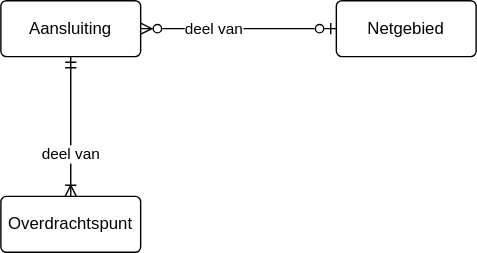
Above: docs/assets/images/wegwijs3.drawio.svg in sefanja/nbnl-conceptuele-informatiemodellen (draw.io), before the change. Source tidied: cells renumbered, new cells last; positions are measured from the earlier drawing's top-left corner, leaving out a move shared by most shapes. The source it was exported from:
```xml
<mxGraphModel>
  <root>
    <mxCell id="0" />
    <mxCell id="1" parent="0" />
    <mxCell id="2" value="deel van" style="endArrow=ERzeroToOne;html=1;rounded=0;startArrow=ERzeroToMany;startFill=0;endFill=0;align=left;" parent="1" edge="1" source="3" target="4">
      <mxGeometry x="-0.57" relative="1" as="geometry" />
    </mxCell>
    <mxCell id="3" value="Aansluiting" style="rounded=1;arcSize=10;whiteSpace=wrap;html=1;align=center;" parent="1" vertex="1">
      <mxGeometry width="100" height="40" as="geometry" />
    </mxCell>
    <mxCell id="4" value="Netgebied" style="rounded=1;arcSize=10;whiteSpace=wrap;html=1;align=center;" parent="1" vertex="1">
      <mxGeometry x="240" width="100" height="40" as="geometry" />
    </mxCell>
    <mxCell id="5" value="Overdrachtspunt" style="rounded=1;arcSize=10;whiteSpace=wrap;html=1;align=center;" parent="1" vertex="1">
      <mxGeometry y="140" width="100" height="40" as="geometry" />
    </mxCell>
    <mxCell id="6" value="deel van" style="endArrow=ERmandOne;html=1;rounded=0;startArrow=ERoneToMany;startFill=0;endFill=0;" parent="1" edge="1" source="5" target="3">
      <mxGeometry x="-0.4" relative="1" as="geometry" />
    </mxCell>
  </root>
</mxGraphModel>
```
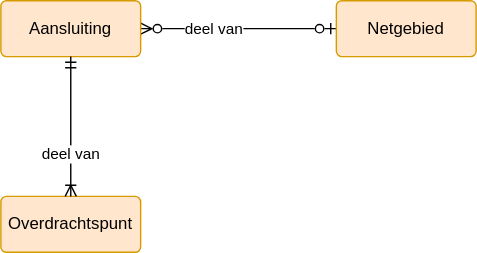
The same diagram one commit later.

Change to the diagram source:
```diff
@@ -5,13 +5,13 @@
     <mxCell id="2" value="deel van" style="endArrow=ERzeroToOne;html=1;rounded=0;startArrow=ERzeroToMany;startFill=0;endFill=0;align=left;" parent="1" edge="1" source="3" target="4">
       <mxGeometry x="-0.57" relative="1" as="geometry" />
     </mxCell>
-    <mxCell id="3" value="Aansluiting" style="rounded=1;arcSize=10;whiteSpace=wrap;html=1;align=center;" parent="1" vertex="1">
+    <mxCell id="3" value="Aansluiting" style="rounded=1;arcSize=10;whiteSpace=wrap;html=1;align=center;fillColor=#ffe6cc;strokeColor=#d79b00;" parent="1" vertex="1">
       <mxGeometry width="100" height="40" as="geometry" />
     </mxCell>
-    <mxCell id="4" value="Netgebied" style="rounded=1;arcSize=10;whiteSpace=wrap;html=1;align=center;" parent="1" vertex="1">
+    <mxCell id="4" value="Netgebied" style="rounded=1;arcSize=10;whiteSpace=wrap;html=1;align=center;fillColor=#ffe6cc;strokeColor=#d79b00;" parent="1" vertex="1">
       <mxGeometry x="240" width="100" height="40" as="geometry" />
     </mxCell>
-    <mxCell id="5" value="Overdrachtspunt" style="rounded=1;arcSize=10;whiteSpace=wrap;html=1;align=center;" parent="1" vertex="1">
+    <mxCell id="5" value="Overdrachtspunt" style="rounded=1;arcSize=10;whiteSpace=wrap;html=1;align=center;fillColor=#ffe6cc;strokeColor=#d79b00;" parent="1" vertex="1">
       <mxGeometry y="140" width="100" height="40" as="geometry" />
     </mxCell>
     <mxCell id="6" value="deel van" style="endArrow=ERmandOne;html=1;rounded=0;startArrow=ERoneToMany;startFill=0;endFill=0;" parent="1" edge="1" source="5" target="3">
```
